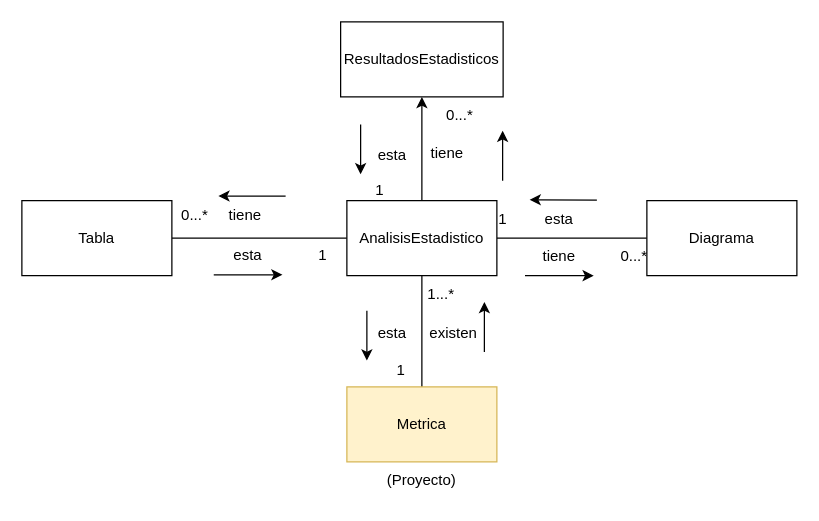
This is page "AnemicModelStatistics" (4 of 13) of CoTasker_BoundedContext.drawio from Migue1409-KP/DOO-working-group, a draw.io file, before an edit. Source tidied: cells renumbered, new cells numbered last; positions are measured from the earlier drawing's top-left corner, leaving out a move shared by most shapes. Both pictures are drawn from the tidied source at 125%, with x=0, y=0 at pixel (21, 21).
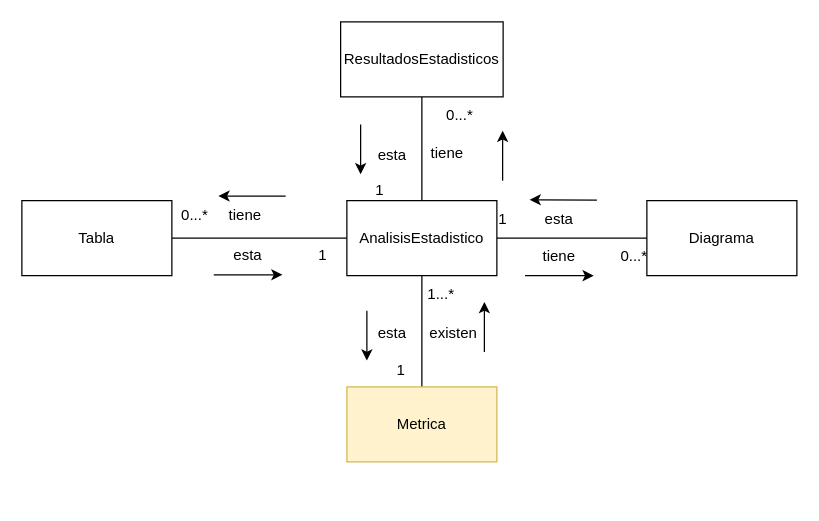
The same diagram, later.

The change refers to these unchanged cells:
```xml
<mxCell id="7" value="AnalisisEstadistico" style="rounded=0;whiteSpace=wrap;html=1;" parent="1" vertex="1">
  <mxGeometry x="260" y="143" width="120" height="60" as="geometry" />
</mxCell>
<mxCell id="22" value="ResultadosEstadisticos" style="rounded=0;whiteSpace=wrap;html=1;" parent="1" vertex="1">
  <mxGeometry x="255" width="130" height="60" as="geometry" />
</mxCell>
```

Change to the diagram source:
```diff
@@
-    <mxCell id="6" style="edgeStyle=orthogonalEdgeStyle;rounded=0;jettySize=auto;html=1;" parent="1" edge="1" source="7" target="22">
+    <mxCell id="6" style="edgeStyle=orthogonalEdgeStyle;rounded=0;jettySize=auto;html=1;endArrow=none;endFill=0;" parent="1" edge="1" source="7" target="22">
       <mxGeometry relative="1" as="geometry" />
     </mxCell>
@@
-    <mxCell id="35" value="(Proyecto)" style="text;html=1;strokeColor=none;fillColor=none;align=center;verticalAlign=middle;whiteSpace=wrap;rounded=0;" parent="1" vertex="1">
-      <mxGeometry x="290" y="352" width="60" height="30" as="geometry" />
-    </mxCell>
```
